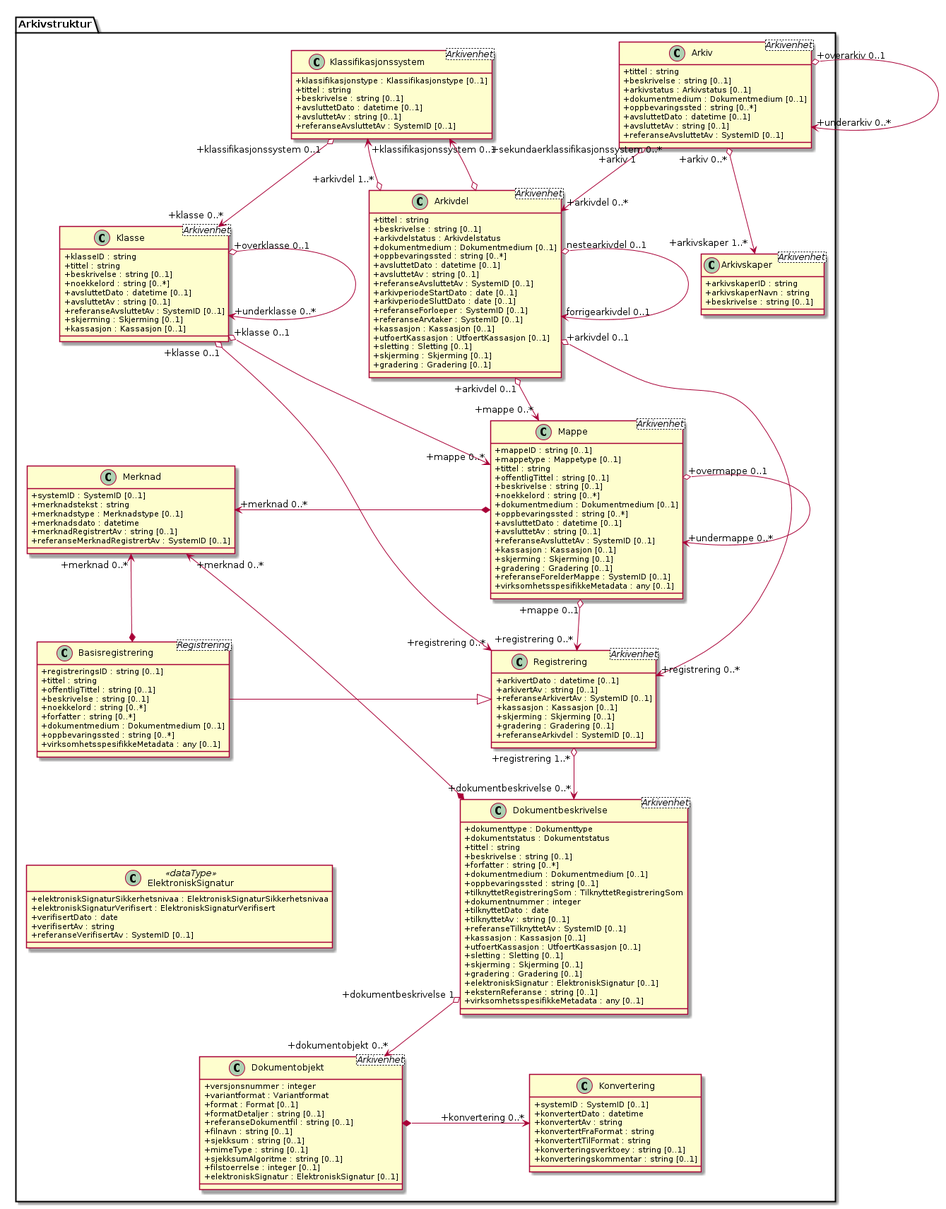
Above: kapitler/media/uml-arkivstruktur-attributter.png in arkivverket/noark5-tjenestegrensesnitt-standard (PlantUML), before the change.
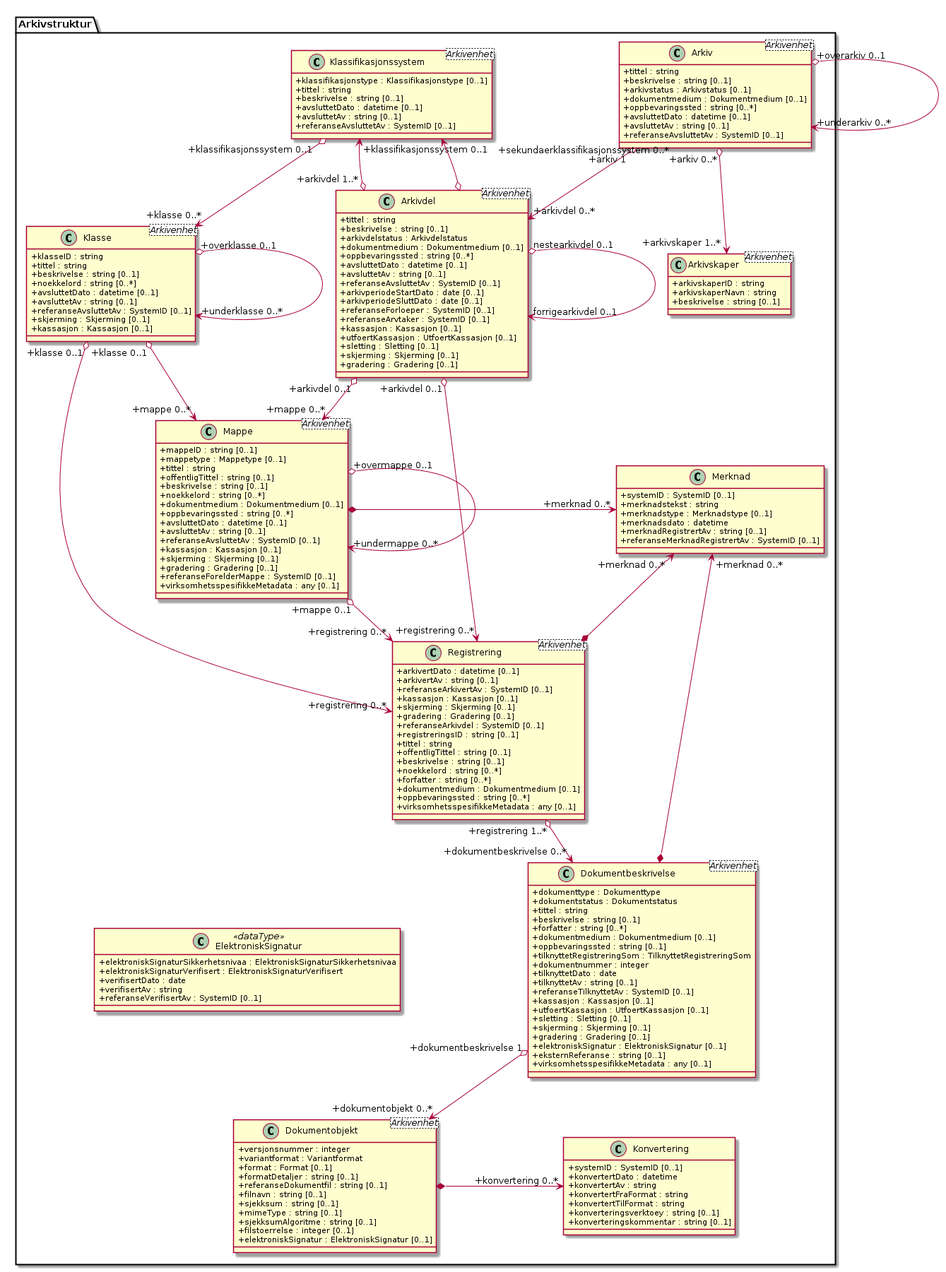
Later version of the same file.

The edit, as a diff of the source:
```diff
@@ -89,8 +89,6 @@
   +skjerming : Skjerming [0..1]
   +gradering : Gradering [0..1]
   +referanseArkivdel : SystemID [0..1]
-}
-class Arkivstruktur.Basisregistrering <Registrering> {
   +registreringsID : string [0..1]
   +tittel : string
   +offentligTittel : string [0..1]
@@ -170,8 +168,7 @@
 Arkivstruktur.Mappe "+mappe 0..1" o--> "+registrering 0..*" Arkivstruktur.Registrering
 Arkivstruktur.Merknad "+merknad 0..*" <-* Arkivstruktur.Mappe
 Arkivstruktur.Merknad "+merknad 0..*" <--* Arkivstruktur.Dokumentbeskrivelse
-Arkivstruktur.Basisregistrering -|> Arkivstruktur.Registrering
-Arkivstruktur.Merknad "+merknad 0..*" <--* Arkivstruktur.Basisregistrering
+Arkivstruktur.Merknad "+merknad 0..*" <--* Arkivstruktur.Registrering
 Arkivstruktur.Registrering "+registrering 1..*" o--> "+dokumentbeskrivelse 0..*" Arkivstruktur.Dokumentbeskrivelse
 Arkivstruktur.Dokumentbeskrivelse "+dokumentbeskrivelse 1" o--> "+dokumentobjekt 0..*" Arkivstruktur.Dokumentobjekt
 Arkivstruktur.Dokumentobjekt *-> "+konvertering 0..*" Arkivstruktur.Konvertering
```
